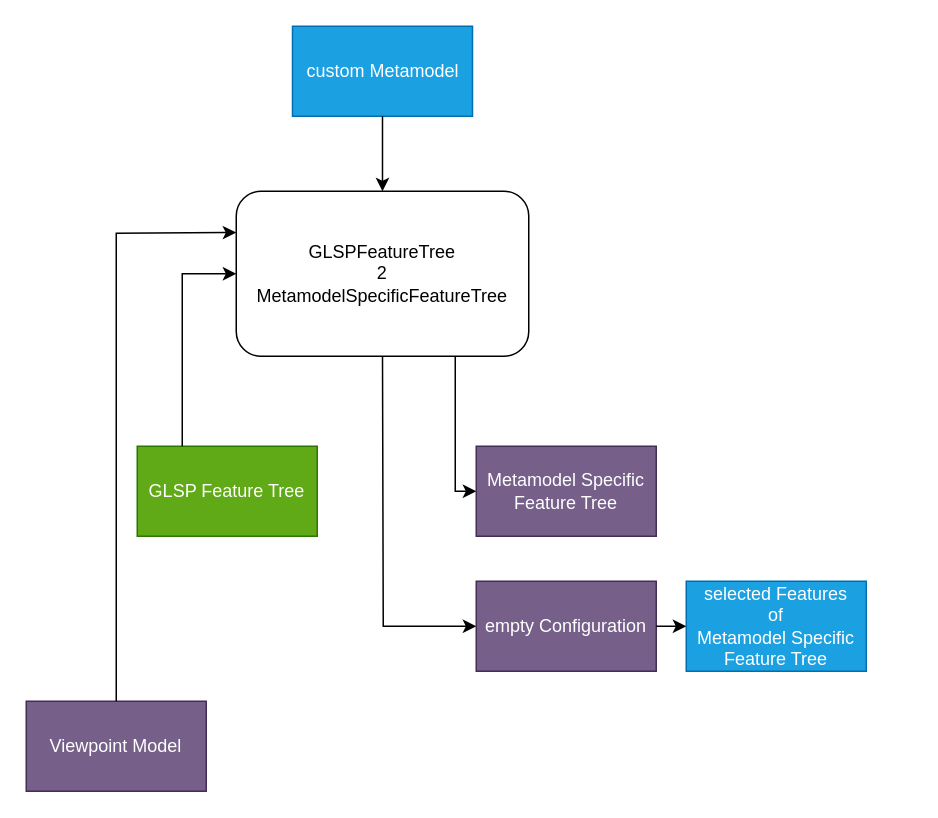
Above: page "Seite-4" (4 of 7) of diagrams/componentDiagram.drawio in Botchi24/glsp (draw.io), before the change. Source tidied: cells renumbered, new cells numbered last; positions are measured from the earlier drawing's top-left corner, leaving out a move shared by most shapes. Both pictures are drawn from the tidied source at 150%, with x=0, y=0 at pixel (26, 26).
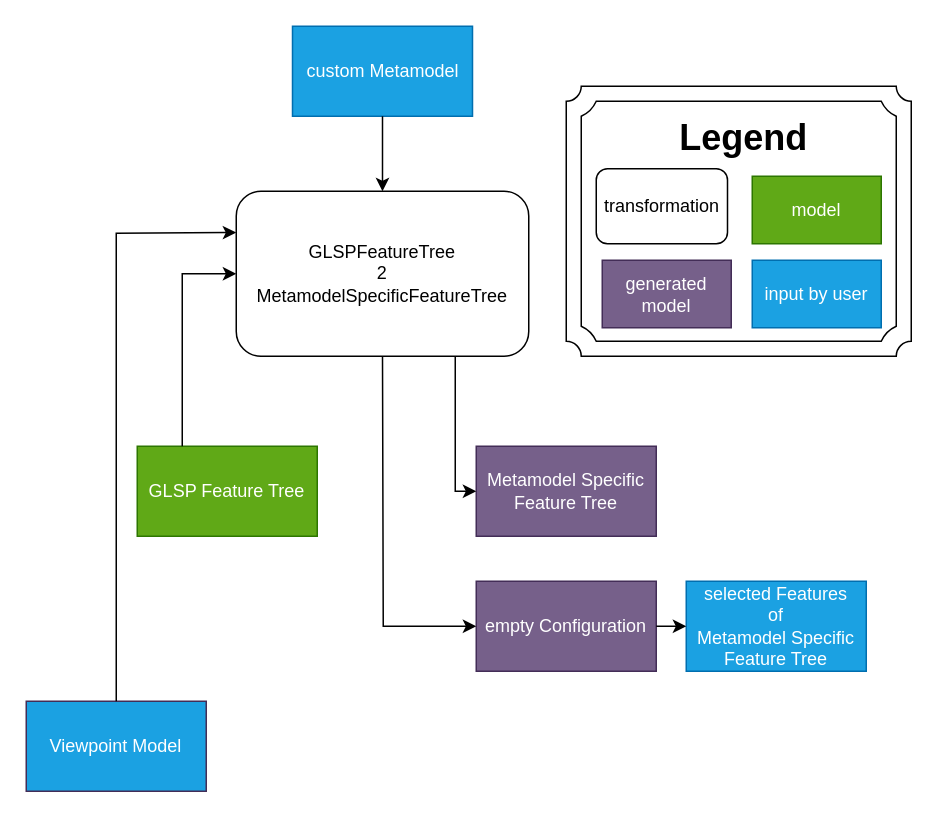
After the change.

Unchanged cells that the change refers to:
```xml
<mxCell id="5" value="Metamodel Specific Feature Tree" style="rounded=0;whiteSpace=wrap;html=1;fillColor=#76608a;fontColor=#ffffff;strokeColor=#432D57;" parent="1" vertex="1">
  <mxGeometry x="300" y="280" width="120" height="60" as="geometry" />
</mxCell>
```

Change to the diagram source:
```diff
@@
-    <mxCell id="10" style="endArrow=classic;html=1;rounded=0;entryX=0;entryY=0.5;entryDx=0;entryDy=0;noEdgeStyle=1;orthogonal=1;" parent="1" edge="1" target="5">
-      <mxGeometry relative="1" as="geometry">
-        <mxPoint x="286" y="220" as="sourcePoint" />
-        <Array as="points">
-          <mxPoint x="286" y="310" />
-        </Array>
-      </mxGeometry>
-    </mxCell>
+    <mxCell id="15" style="endArrow=classic;html=1;rounded=0;entryX=0;entryY=0.5;entryDx=0;entryDy=0;noEdgeStyle=1;orthogonal=1;" parent="1" edge="1" target="5">
+      <mxGeometry relative="1" as="geometry">
+        <mxPoint x="286" y="220" as="sourcePoint" />
+        <Array as="points">
+          <mxPoint x="286" y="310" />
+        </Array>
+      </mxGeometry>
+    </mxCell>
@@
-    <mxCell id="13" value="Viewpoint Model" style="rounded=0;whiteSpace=wrap;html=1;fillColor=#76608a;fontColor=#ffffff;strokeColor=#432D57;" parent="1" vertex="1">
+    <mxCell id="13" value="Viewpoint Model" style="rounded=0;whiteSpace=wrap;html=1;fillColor=#1ba1e2;fontColor=#ffffff;strokeColor=#432D57;" parent="1" vertex="1">
       <mxGeometry y="450" width="120" height="60" as="geometry" />
     </mxCell>
@@
+    <mxCell id="16" style="verticalLabelPosition=bottom;verticalAlign=top;html=1;shape=mxgraph.basic.plaque_frame;dx=10;whiteSpace=wrap;" parent="1" vertex="1">
+      <mxGeometry x="360" y="40" width="230" height="180" as="geometry" />
+    </mxCell>
+    <mxCell id="17" value="transformation" style="rounded=1;whiteSpace=wrap;html=1;" parent="1" vertex="1">
+      <mxGeometry x="380" y="95" width="87.5" height="50" as="geometry" />
+    </mxCell>
+    <mxCell id="18" value="model" style="rounded=0;whiteSpace=wrap;html=1;fillColor=#60a917;fontColor=#ffffff;strokeColor=#2D7600;" parent="1" vertex="1">
+      <mxGeometry x="484" y="100" width="86" height="45" as="geometry" />
+    </mxCell>
+    <mxCell id="19" value="generated model" style="rounded=0;whiteSpace=wrap;html=1;fillColor=#76608a;fontColor=#ffffff;strokeColor=#432D57;" parent="1" vertex="1">
+      <mxGeometry x="384" y="156" width="86" height="45" as="geometry" />
+    </mxCell>
+    <mxCell id="20" value="input by user" style="rounded=0;whiteSpace=wrap;html=1;fillColor=#1ba1e2;fontColor=#ffffff;strokeColor=#006EAF;" parent="1" vertex="1">
+      <mxGeometry x="484" y="156" width="86" height="45" as="geometry" />
+    </mxCell>
+    <mxCell id="21" value="Legend" style="text;strokeColor=none;fillColor=none;html=1;fontSize=24;fontStyle=1;verticalAlign=middle;align=center;" parent="1" vertex="1">
+      <mxGeometry x="427.5" y="55" width="100" height="40" as="geometry" />
+    </mxCell>
```
